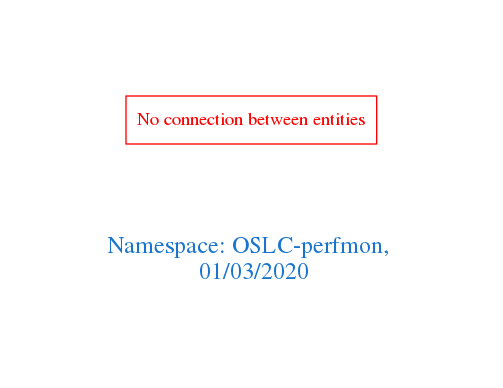
Before: downloads/OSLC-perfmon.png, a diagram exported from Graphviz (arago/OGIT). Its source is kept beside it as downloads/OSLC-perfmon.dot.
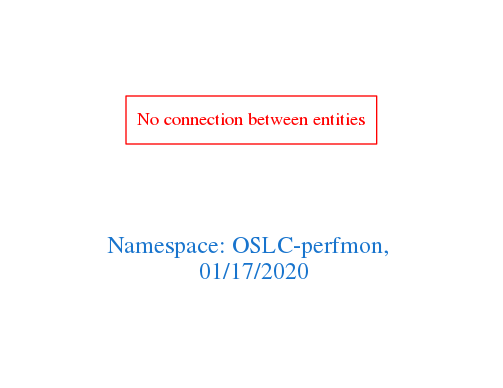
Above is the later version.

What changed in the source:
```diff
@@ -1,7 +1,7 @@
 digraph OGIT_ontology {
  graph [ rankdir= LR,pad=1
 fontsize = 18,
-fontcolor= dodgerblue3,label = "\n\n\nNamespace: OSLC-perfmon, \n 01/03/2020"];
+fontcolor= dodgerblue3,label = "\n\n\nNamespace: OSLC-perfmon, \n 01/17/2020"];
 node[shape=polygon];
 edge [  color="gray81"];
 
```
